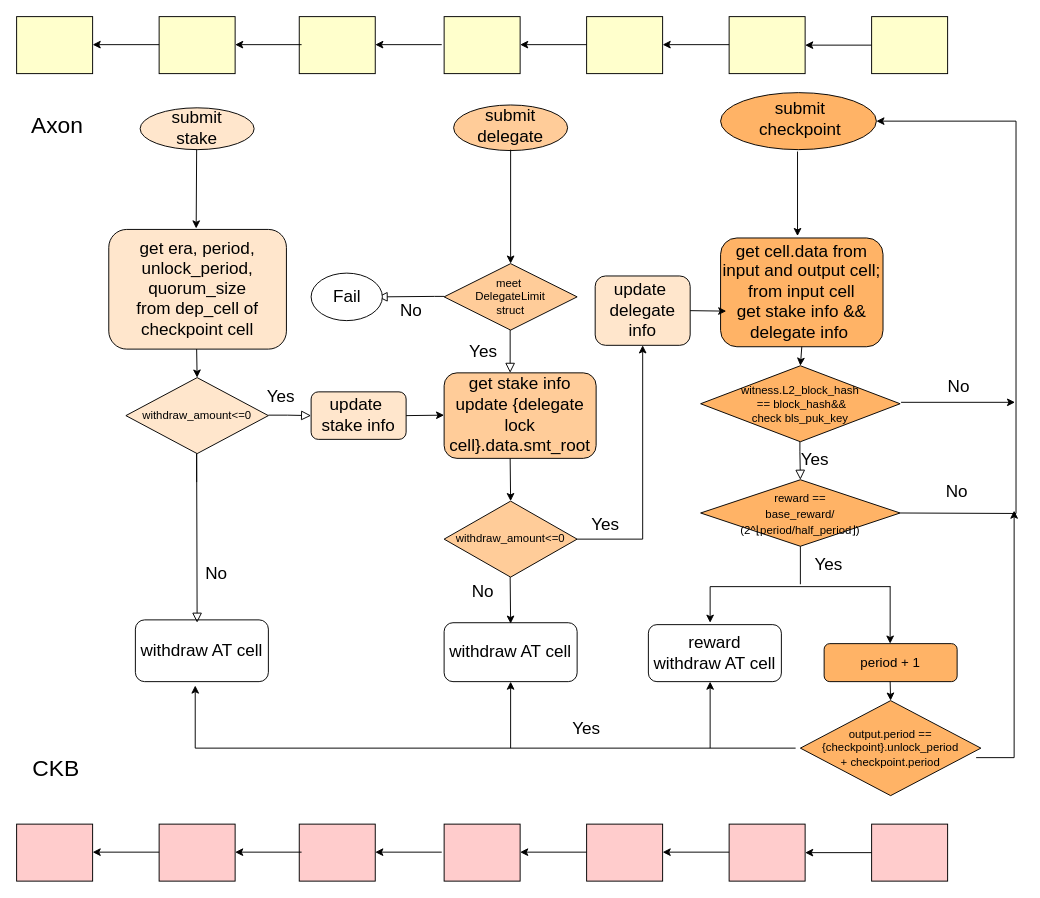
hongda3141/learngit keeps this draw.io diagram as 侧链协议流程图.drawio. Above is the earlier version. Source tidied: cells renumbered, new cells numbered last; positions are measured from the earlier drawing's top-left corner, leaving out a move shared by most shapes. Both pictures are drawn from the tidied source at 95%, with x=0, y=0 at pixel (16, 16).
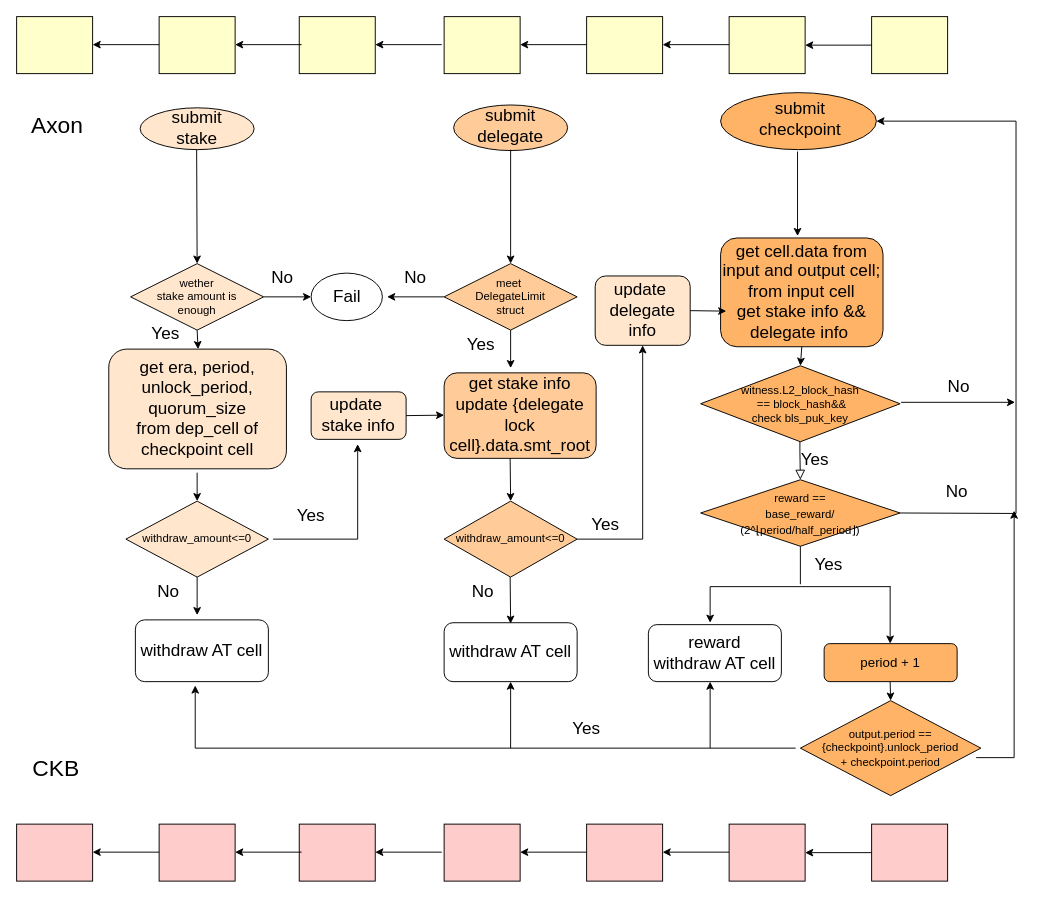
After the change.

Commit message:
更新侧链协议流程图.drawio

Unchanged cells that the change refers to:
```xml
<mxCell id="24" value="meet&amp;nbsp;&lt;br&gt;DelegateLimit&lt;br&gt;struct" style="rhombus;whiteSpace=wrap;html=1;rounded=0;fontFamily=Helvetica;fontSize=12;fontColor=default;fillColor=#FFCC99;gradientColor=none;" parent="1" vertex="1">
  <mxGeometry x="450" y="260" width="140" height="70" as="geometry" />
</mxCell>
```

The edit, as a diff of the source:
```diff
@@
     <mxCell id="15" value="&lt;font style=&quot;&quot;&gt;&lt;font style=&quot;font-size: 18px;&quot;&gt;get&amp;nbsp;era, period, unlock_period,&lt;br&gt;quorum_size&lt;br&gt;from dep_cell of&lt;br&gt;checkpoint cell&lt;/font&gt;&lt;br&gt;&lt;/font&gt;" style="rounded=1;whiteSpace=wrap;html=1;fontSize=12;glass=0;strokeWidth=1;shadow=0;fillColor=#FFE6CC;" parent="1" vertex="1">
-      <mxGeometry x="97" y="224" width="187" height="126" as="geometry" />
+      <mxGeometry x="97" y="350" width="187" height="126" as="geometry" />
     </mxCell>
     <mxCell id="16" value="withdraw_amount&amp;lt;=0" style="rhombus;whiteSpace=wrap;html=1;rounded=0;fontFamily=Helvetica;fontSize=12;fontColor=default;fillColor=#FFE6CC;gradientColor=none;" parent="1" vertex="1">
-      <mxGeometry x="115" y="380" width="150" height="80" as="geometry" />
+      <mxGeometry x="115" y="510" width="150" height="80" as="geometry" />
     </mxCell>
@@
-    <mxCell id="18" value="&lt;font style=&quot;font-size: 18px;&quot;&gt;No&lt;/font&gt;" style="rounded=0;html=1;jettySize=auto;orthogonalLoop=1;fontSize=11;endArrow=block;endFill=0;endSize=8;strokeWidth=1;shadow=0;labelBackgroundColor=none;edgeStyle=orthogonalEdgeStyle;" parent="1" edge="1">
-      <mxGeometry x="0.5" y="20" relative="1" as="geometry">
-        <mxPoint x="189.5" y="490" as="sourcePoint" />
-        <mxPoint x="190" y="638" as="targetPoint" />
-        <Array as="points">
-          <mxPoint x="190" y="460" />
-        </Array>
-      </mxGeometry>
-    </mxCell>
@@
-    <mxCell id="21" value="&lt;font style=&quot;font-size: 18px;&quot;&gt;Yes&lt;/font&gt;" style="edgeStyle=orthogonalEdgeStyle;rounded=0;html=1;jettySize=auto;orthogonalLoop=1;fontSize=11;endArrow=block;endFill=0;endSize=8;strokeWidth=1;shadow=0;labelBackgroundColor=none;" parent="1" edge="1">
-      <mxGeometry x="-0.43" y="20" relative="1" as="geometry">
-        <mxPoint x="265" y="419.5" as="sourcePoint" />
-        <mxPoint x="310" y="420" as="targetPoint" />
-        <Array as="points">
-          <mxPoint x="285" y="419.5" />
-          <mxPoint x="285" y="419.5" />
-        </Array>
-      </mxGeometry>
-    </mxCell>
@@
-    <mxCell id="26" style="endArrow=classic;html=1;rounded=0;fontFamily=Helvetica;fontSize=12;fontColor=default;" parent="1" edge="1">
+    <mxCell id="26" style="endArrow=classic;html=1;rounded=0;fontFamily=Helvetica;fontSize=12;fontColor=default;entryX=0.5;entryY=0;entryDx=0;entryDy=0;" parent="1" edge="1">
       <mxGeometry relative="1" as="geometry">
         <mxPoint x="189.5" y="140" as="sourcePoint" />
-        <mxPoint x="189" y="223" as="targetPoint" />
+        <mxPoint x="190" y="260" as="targetPoint" />
       </mxGeometry>
     </mxCell>
-    <mxCell id="27" value="&lt;font style=&quot;font-size: 18px;&quot;&gt;No&lt;/font&gt;" style="rounded=0;html=1;jettySize=auto;orthogonalLoop=1;fontSize=11;endArrow=block;endFill=0;endSize=8;strokeWidth=1;shadow=0;labelBackgroundColor=none;edgeStyle=orthogonalEdgeStyle;" parent="1" edge="1">
-      <mxGeometry y="15" relative="1" as="geometry">
-        <mxPoint x="450" y="294.5" as="sourcePoint" />
-        <mxPoint x="380" y="295" as="targetPoint" />
-        <Array as="points">
-          <mxPoint x="440" y="294.5" />
-          <mxPoint x="440" y="294.5" />
-        </Array>
-      </mxGeometry>
-    </mxCell>
@@
-    <mxCell id="30" value="&lt;font style=&quot;font-size: 18px;&quot;&gt;Yes&lt;/font&gt;" style="edgeStyle=orthogonalEdgeStyle;rounded=0;html=1;jettySize=auto;fontSize=11;endArrow=block;endFill=0;endSize=8;strokeWidth=1;shadow=0;labelBackgroundColor=none;" parent="1" edge="1" source="24">
-      <mxGeometry x="0.02" y="-29" relative="1" as="geometry">
-        <mxPoint x="519.5" y="375" as="targetPoint" />
-      </mxGeometry>
-    </mxCell>
-    <mxCell id="31" style="endArrow=classic;html=1;rounded=0;fontSize=12;" parent="1" edge="1">
+    <mxCell id="31" style="endArrow=classic;html=1;rounded=0;fontSize=12;entryX=0.5;entryY=0;entryDx=0;entryDy=0;" parent="1" edge="1" target="16">
       <mxGeometry relative="1" as="geometry">
-        <mxPoint x="189.5" y="350" as="sourcePoint" />
-        <mxPoint x="190" y="380" as="targetPoint" />
+        <mxPoint x="190" y="480" as="sourcePoint" />
       </mxGeometry>
     </mxCell>
@@
+    <mxCell id="88" value="No" style="text;strokeColor=none;align=center;fillColor=none;html=1;verticalAlign=middle;whiteSpace=wrap;rounded=0;fontSize=18;fontFamily=Helvetica;fontColor=default;" parent="1" vertex="1">
+      <mxGeometry x="130" y="590" width="60" height="30" as="geometry" />
+    </mxCell>
+    <mxCell id="89" style="endArrow=classic;html=1;rounded=0;fontSize=12;" parent="1" edge="1">
+      <mxGeometry relative="1" as="geometry">
+        <mxPoint x="190" y="590" as="sourcePoint" />
+        <mxPoint x="190" y="630" as="targetPoint" />
+      </mxGeometry>
+    </mxCell>
+    <mxCell id="90" style="endArrow=classic;html=1;rounded=0;fontFamily=Helvetica;fontSize=18;fontColor=default;" parent="1" edge="1">
+      <mxGeometry relative="1" as="geometry">
+        <mxPoint x="270" y="550" as="sourcePoint" />
+        <mxPoint x="359" y="450" as="targetPoint" />
+        <Array as="points">
+          <mxPoint x="359" y="550" />
+        </Array>
+      </mxGeometry>
+    </mxCell>
+    <mxCell id="91" value="&lt;font style=&quot;font-size: 18px;&quot;&gt;Yes&lt;/font&gt;" style="text;strokeColor=none;align=center;fillColor=none;html=1;verticalAlign=middle;whiteSpace=wrap;rounded=0;fontSize=12;fontFamily=Helvetica;fontColor=default;" parent="1" vertex="1">
+      <mxGeometry x="280" y="510" width="60" height="30" as="geometry" />
+    </mxCell>
+    <mxCell id="92" value="&lt;font style=&quot;font-size: 18px;&quot;&gt;Yes&lt;/font&gt;" style="text;strokeColor=none;align=center;fillColor=none;html=1;verticalAlign=middle;whiteSpace=wrap;rounded=0;fontSize=12;fontFamily=Helvetica;fontColor=default;" parent="1" vertex="1">
+      <mxGeometry x="127" y="319" width="60" height="30" as="geometry" />
+    </mxCell>
+    <mxCell id="93" value="&lt;font style=&quot;font-size: 18px;&quot;&gt;Yes&lt;/font&gt;" style="text;strokeColor=none;align=center;fillColor=none;html=1;verticalAlign=middle;whiteSpace=wrap;rounded=0;fontSize=12;fontFamily=Helvetica;fontColor=default;" parent="1" vertex="1">
+      <mxGeometry x="459" y="330" width="60" height="30" as="geometry" />
+    </mxCell>
+    <mxCell id="94" style="endArrow=classic;html=1;rounded=0;fontSize=12;" parent="1" edge="1">
+      <mxGeometry relative="1" as="geometry">
+        <mxPoint x="190" y="330" as="sourcePoint" />
+        <mxPoint x="191" y="350" as="targetPoint" />
+      </mxGeometry>
+    </mxCell>
+    <mxCell id="95" style="endArrow=classic;html=1;rounded=0;fontSize=12;" parent="1" edge="1">
+      <mxGeometry relative="1" as="geometry">
+        <mxPoint x="520" y="330" as="sourcePoint" />
+        <mxPoint x="520" y="370" as="targetPoint" />
+      </mxGeometry>
+    </mxCell>
+    <mxCell id="96" value="No" style="text;strokeColor=none;align=center;fillColor=none;html=1;verticalAlign=middle;whiteSpace=wrap;rounded=0;fontSize=18;fontFamily=Helvetica;fontColor=default;" parent="1" vertex="1">
+      <mxGeometry x="250" y="260" width="60" height="30" as="geometry" />
+    </mxCell>
+    <mxCell id="97" value="No" style="text;strokeColor=none;align=center;fillColor=none;html=1;verticalAlign=middle;whiteSpace=wrap;rounded=0;fontSize=18;fontFamily=Helvetica;fontColor=default;" parent="1" vertex="1">
+      <mxGeometry x="390" y="260" width="60" height="30" as="geometry" />
+    </mxCell>
+    <mxCell id="98" style="endArrow=classic;html=1;rounded=0;fontFamily=Helvetica;fontSize=18;fontColor=default;" parent="1" edge="1">
+      <mxGeometry relative="1" as="geometry">
+        <mxPoint x="260" y="295" as="sourcePoint" />
+        <mxPoint x="310" y="295" as="targetPoint" />
+      </mxGeometry>
+    </mxCell>
+    <mxCell id="99" style="endArrow=classic;html=1;rounded=0;fontFamily=Helvetica;fontSize=18;fontColor=default;" parent="1" edge="1">
+      <mxGeometry relative="1" as="geometry">
+        <mxPoint x="450" y="295" as="sourcePoint" />
+        <mxPoint x="390" y="295" as="targetPoint" />
+      </mxGeometry>
+    </mxCell>
+    <mxCell id="100" value="wether&lt;br&gt;stake amount is &lt;br&gt;enough" style="rhombus;whiteSpace=wrap;html=1;rounded=0;fontFamily=Helvetica;fontSize=12;fontColor=default;fillColor=#FFE6CC;gradientColor=none;" parent="1" vertex="1">
+      <mxGeometry x="120" y="260" width="140" height="70" as="geometry" />
+    </mxCell>
```
